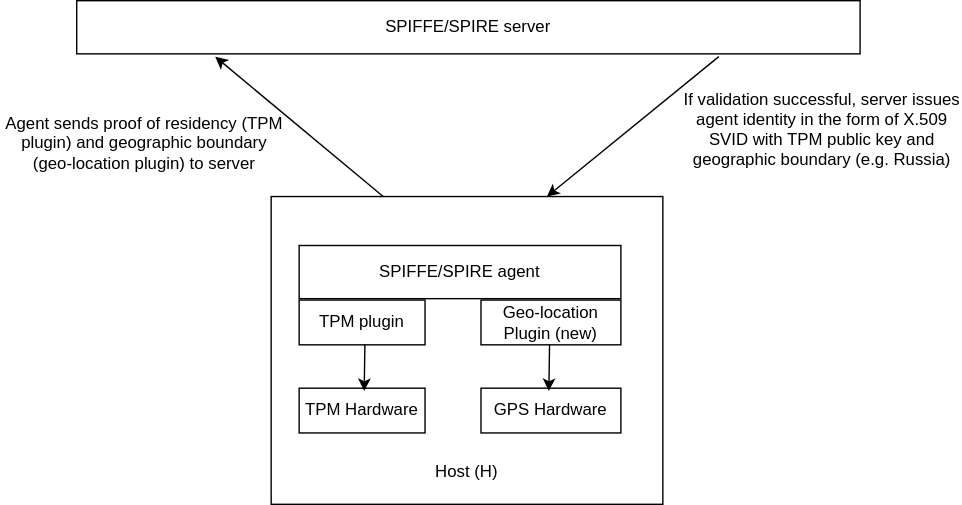
Above: pictures/spiffe-spire.svg in nedmsmith/draft-klspa-wimse-verifiable-geo-fence (draw.io), before the change. Source tidied: cells renumbered, new cells last; positions are measured from the earlier drawing's top-left corner, leaving out a move shared by most shapes.
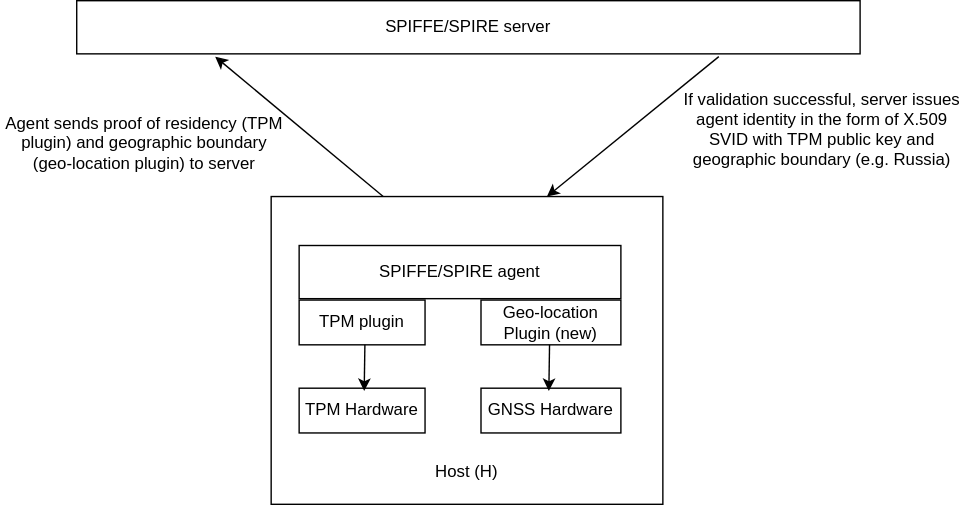
Later version of the same file.

What changed in the source:
```diff
@@ -36,7 +36,7 @@
     <mxCell id="11" value="TPM plugin" style="shape=umlLifeline;perimeter=lifelinePerimeter;whiteSpace=wrap;html=1;newEdgeStyle={&quot;edgeStyle&quot;:&quot;elbowEdgeStyle&quot;,&quot;elbow&quot;:&quot;vertical&quot;,&quot;curved&quot;:0,&quot;rounded&quot;:0};" parent="7" vertex="1">
       <mxGeometry x="20" y="74" width="90" height="32" as="geometry" />
     </mxCell>
-    <mxCell id="12" value="GPS Hardware" style="shape=umlLifeline;perimeter=lifelinePerimeter;whiteSpace=wrap;html=1;newEdgeStyle={&quot;edgeStyle&quot;:&quot;elbowEdgeStyle&quot;,&quot;elbow&quot;:&quot;vertical&quot;,&quot;curved&quot;:0,&quot;rounded&quot;:0};" parent="7" vertex="1">
+    <mxCell id="12" value="GNSS Hardware" style="shape=umlLifeline;perimeter=lifelinePerimeter;whiteSpace=wrap;html=1;newEdgeStyle={&quot;edgeStyle&quot;:&quot;elbowEdgeStyle&quot;,&quot;elbow&quot;:&quot;vertical&quot;,&quot;curved&quot;:0,&quot;rounded&quot;:0};" parent="7" vertex="1">
       <mxGeometry x="150" y="137" width="100" height="32" as="geometry" />
     </mxCell>
     <mxCell id="13" value="TPM Hardware" style="shape=umlLifeline;perimeter=lifelinePerimeter;whiteSpace=wrap;html=1;newEdgeStyle={&quot;edgeStyle&quot;:&quot;elbowEdgeStyle&quot;,&quot;elbow&quot;:&quot;vertical&quot;,&quot;curved&quot;:0,&quot;rounded&quot;:0};" parent="1" vertex="1">
```
